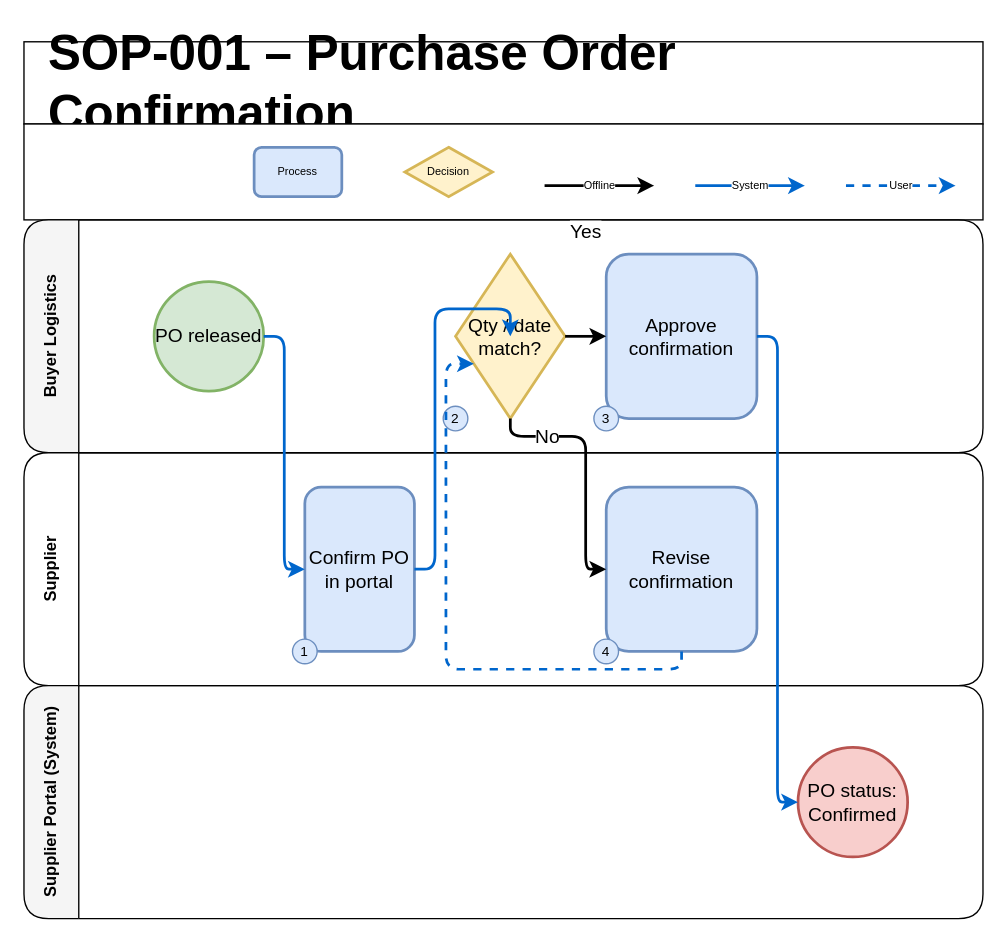
This is examples/po-confirmation.drawio from Andy-playground/Swimlane-builder, a draw.io file, before an edit. Source tidied: cells renumbered, new cells numbered last; positions are measured from the earlier drawing's top-left corner, leaving out a move shared by most shapes. Both pictures are drawn from the tidied source at 137%, with x=0, y=0 at pixel (23, 41).
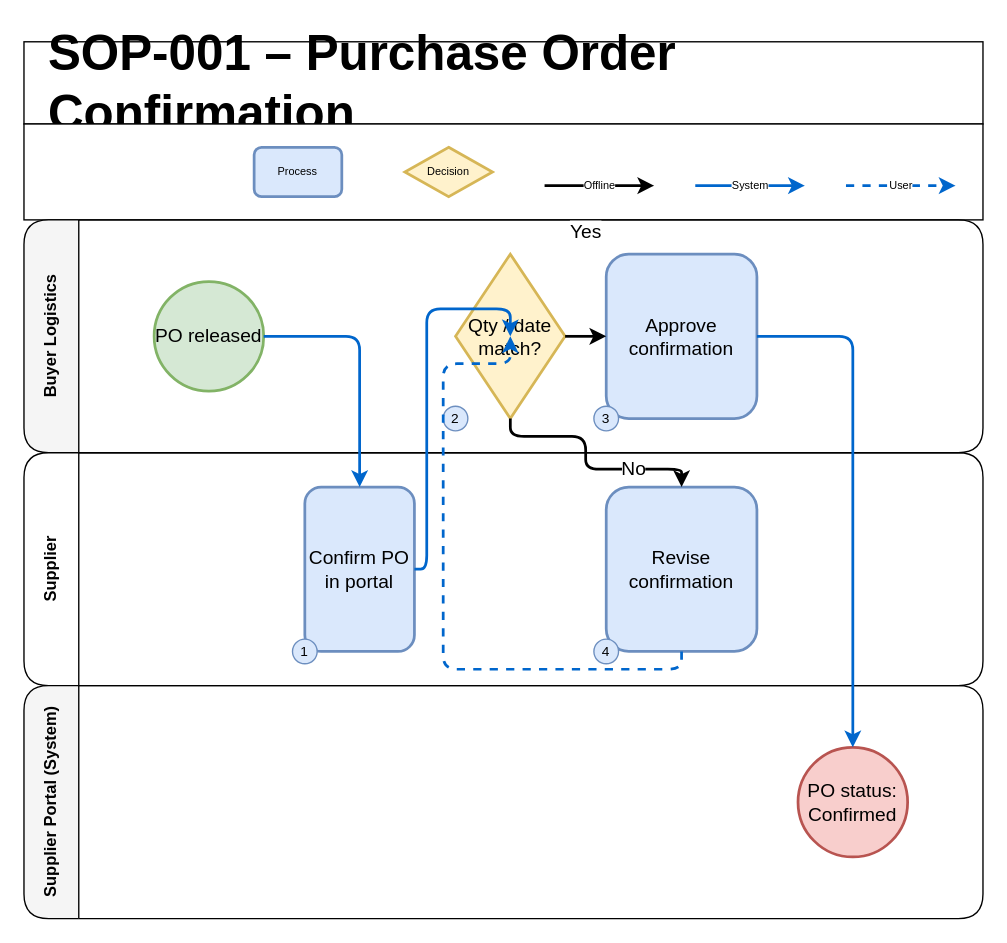
The same diagram, later.

The change refers to these unchanged cells:
```xml
<mxCell id="12" value="PO released" style="ellipse;whiteSpace=wrap;html=1;fontFamily=Helvetica;fontSize=14;fillColor=#d5e8d4;strokeColor=#82b366;strokeWidth=2;" parent="9" vertex="1">
  <mxGeometry x="95" y="45" width="80" height="80" as="geometry" />
</mxCell>
<mxCell id="13" value="Qty / date match?" style="rhombus;whiteSpace=wrap;html=1;fontFamily=Helvetica;fontSize=14;fillColor=#fff2cc;strokeColor=#d6b656;strokeWidth=2;" parent="9" vertex="1">
  <mxGeometry x="315" y="25" width="80" height="120" as="geometry" />
</mxCell>
<mxCell id="15" value="Approve confirmation" style="rounded=1;whiteSpace=wrap;html=1;fontFamily=Helvetica;fontSize=14;fillColor=#dae8fc;strokeColor=#6c8ebf;strokeWidth=2;" parent="9" vertex="1">
  <mxGeometry x="425" y="25" width="110" height="120" as="geometry" />
</mxCell>
<mxCell id="17" value="Confirm PO in portal" style="rounded=1;whiteSpace=wrap;html=1;fontFamily=Helvetica;fontSize=14;fillColor=#dae8fc;strokeColor=#6c8ebf;strokeWidth=2;" parent="10" vertex="1">
  <mxGeometry x="205" y="25" width="80" height="120" as="geometry" />
</mxCell>
<mxCell id="19" value="Revise confirmation" style="rounded=1;whiteSpace=wrap;html=1;fontFamily=Helvetica;fontSize=14;fillColor=#dae8fc;strokeColor=#6c8ebf;strokeWidth=2;" parent="10" vertex="1">
  <mxGeometry x="425" y="25" width="110" height="120" as="geometry" />
</mxCell>
<mxCell id="21" value="PO status: Confirmed" style="ellipse;whiteSpace=wrap;html=1;fontFamily=Helvetica;fontSize=14;fillColor=#f8cecc;strokeColor=#b85450;strokeWidth=2;" parent="11" vertex="1">
  <mxGeometry x="565" y="45" width="80" height="80" as="geometry" />
</mxCell>
```

Change to the diagram source:
```diff
@@
-    <mxCell id="22" style="edgeStyle=orthogonalEdgeStyle;rounded=1;html=1;fontFamily=Helvetica;fontSize=14;jettySize=auto;jumpStyle=arc;jumpSize=6;strokeWidth=2;strokeColor=#0066CC;exitX=1;exitY=0.5;exitDx=0;exitDy=0;entryX=0;entryY=0.5;entryDx=0;entryDy=0;" parent="1" edge="1" source="12" target="17">
+    <mxCell id="22" style="edgeStyle=orthogonalEdgeStyle;rounded=1;html=1;fontFamily=Helvetica;fontSize=14;jettySize=auto;jumpStyle=arc;jumpSize=6;strokeWidth=2;strokeColor=#0066CC;exitX=1;exitY=0.5;exitDx=0;exitDy=0;entryX=0.5;entryY=0;entryDx=0;entryDy=0;" parent="1" edge="1" source="12" target="17">
       <mxGeometry relative="1" as="geometry">
         <Array as="points">
-          <mxPoint x="190" y="215" />
-          <mxPoint x="190" y="385" />
+          <mxPoint x="245" y="215" />
         </Array>
       </mxGeometry>
     </mxCell>
-    <mxCell id="23" style="edgeStyle=orthogonalEdgeStyle;rounded=1;html=1;fontFamily=Helvetica;fontSize=14;jettySize=auto;jumpStyle=arc;jumpSize=6;strokeWidth=2;strokeColor=#0066CC;exitX=1;exitY=0.5;exitDx=0;exitDy=0;entryX=0.167;entryY=0.333;entryDx=0;entryDy=0;" parent="1" edge="1" source="17" target="13">
+    <mxCell id="23" style="edgeStyle=orthogonalEdgeStyle;rounded=1;html=1;fontFamily=Helvetica;fontSize=14;jettySize=auto;jumpStyle=arc;jumpSize=6;strokeWidth=2;strokeColor=#0066CC;exitX=1;exitY=0.5;exitDx=0;exitDy=0;entryX=0.166667;entryY=0.333333;entryDx=0;entryDy=0;" parent="1" edge="1" source="17" target="13">
       <mxGeometry relative="1" as="geometry">
         <Array as="points">
-          <mxPoint x="300" y="385" />
-          <mxPoint x="300" y="195" />
+          <mxPoint x="294" y="385" />
+          <mxPoint x="294" y="195" />
         </Array>
       </mxGeometry>
     </mxCell>
@@
-    <mxCell id="25" value="No" style="edgeStyle=orthogonalEdgeStyle;rounded=1;html=1;fontFamily=Helvetica;fontSize=14;jettySize=auto;jumpStyle=arc;jumpSize=6;strokeWidth=2;exitX=0.5;exitY=1;exitDx=0;exitDy=0;entryX=0;entryY=0.5;entryDx=0;entryDy=0;" parent="1" edge="1" source="13" target="19">
-      <mxGeometry x="-0.55" relative="1" as="geometry">
+    <mxCell id="25" value="No" style="edgeStyle=orthogonalEdgeStyle;rounded=1;html=1;fontFamily=Helvetica;fontSize=14;jettySize=auto;jumpStyle=arc;jumpSize=6;strokeWidth=2;exitX=0.5;exitY=1;exitDx=0;exitDy=0;entryX=0.5;entryY=0;entryDx=0;entryDy=0;" parent="1" edge="1" source="13" target="19">
+      <mxGeometry x="0.45" relative="1" as="geometry">
         <Array as="points">
           <mxPoint x="355" y="288" />
           <mxPoint x="410" y="288" />
-          <mxPoint x="410" y="385" />
+          <mxPoint x="410" y="312" />
+          <mxPoint x="480" y="312" />
         </Array>
       </mxGeometry>
     </mxCell>
-    <mxCell id="26" style="edgeStyle=orthogonalEdgeStyle;rounded=1;html=1;fontFamily=Helvetica;fontSize=14;jettySize=auto;jumpStyle=arc;jumpSize=6;strokeWidth=2;strokeColor=#0066CC;dashed=1;exitX=0.5;exitY=1;exitDx=0;exitDy=0;entryX=0.167;entryY=0.667;entryDx=0;entryDy=0;" parent="1" edge="1" source="19" target="13">
+    <mxCell id="26" style="edgeStyle=orthogonalEdgeStyle;rounded=1;html=1;fontFamily=Helvetica;fontSize=14;jettySize=auto;jumpStyle=arc;jumpSize=6;strokeWidth=2;strokeColor=#0066CC;dashed=1;exitX=0.5;exitY=1;exitDx=0;exitDy=0;entryX=0.166667;entryY=0.666667;entryDx=0;entryDy=0;" parent="1" edge="1" source="19" target="13">
       <mxGeometry relative="1" as="geometry">
         <Array as="points">
           <mxPoint x="480" y="458" />
-          <mxPoint x="308" y="458" />
-          <mxPoint x="308" y="235" />
+          <mxPoint x="306" y="458" />
+          <mxPoint x="306" y="235" />
         </Array>
       </mxGeometry>
     </mxCell>
-    <mxCell id="27" style="edgeStyle=orthogonalEdgeStyle;rounded=1;html=1;fontFamily=Helvetica;fontSize=14;jettySize=auto;jumpStyle=arc;jumpSize=6;strokeWidth=2;strokeColor=#0066CC;exitX=1;exitY=0.5;exitDx=0;exitDy=0;entryX=0;entryY=0.5;entryDx=0;entryDy=0;" parent="1" edge="1" source="15" target="21">
+    <mxCell id="27" style="edgeStyle=orthogonalEdgeStyle;rounded=1;html=1;fontFamily=Helvetica;fontSize=14;jettySize=auto;jumpStyle=arc;jumpSize=6;strokeWidth=2;strokeColor=#0066CC;exitX=1;exitY=0.5;exitDx=0;exitDy=0;entryX=0.5;entryY=0;entryDx=0;entryDy=0;" parent="1" edge="1" source="15" target="21">
       <mxGeometry relative="1" as="geometry">
         <Array as="points">
-          <mxPoint x="550" y="215" />
-          <mxPoint x="550" y="555" />
+          <mxPoint x="605" y="215" />
         </Array>
       </mxGeometry>
     </mxCell>
```
